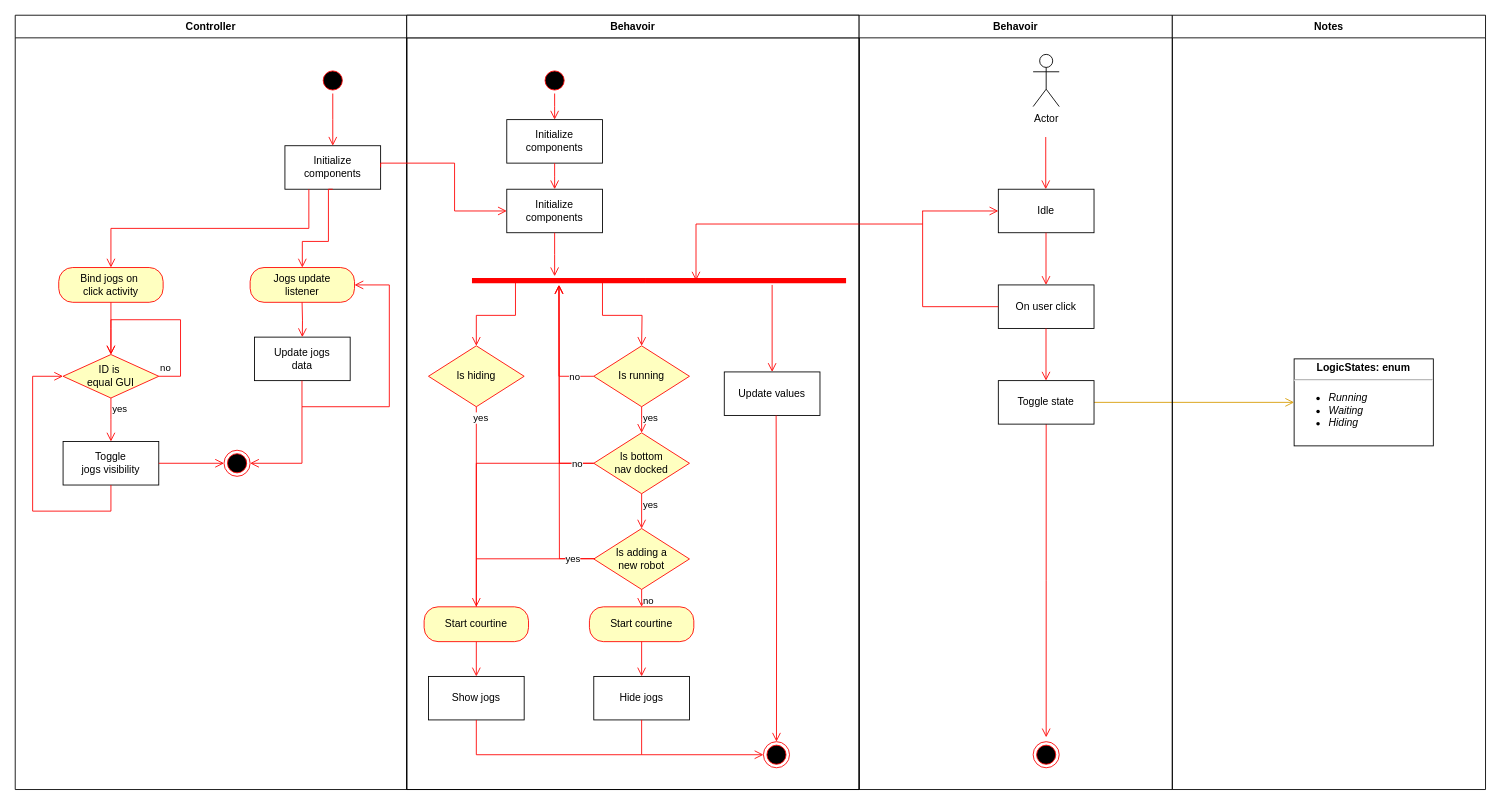
xalpol12/kuka-ar keeps this draw.io diagram as documentation/UI/Components/Menu/Jogs.drawio. Above is the earlier version. Source tidied: cells renumbered, new cells numbered last; positions are measured from the earlier drawing's top-left corner, leaving out a move shared by most shapes. Both pictures are drawn from the tidied source at 87%, with x=0, y=0 at pixel (15, 15).
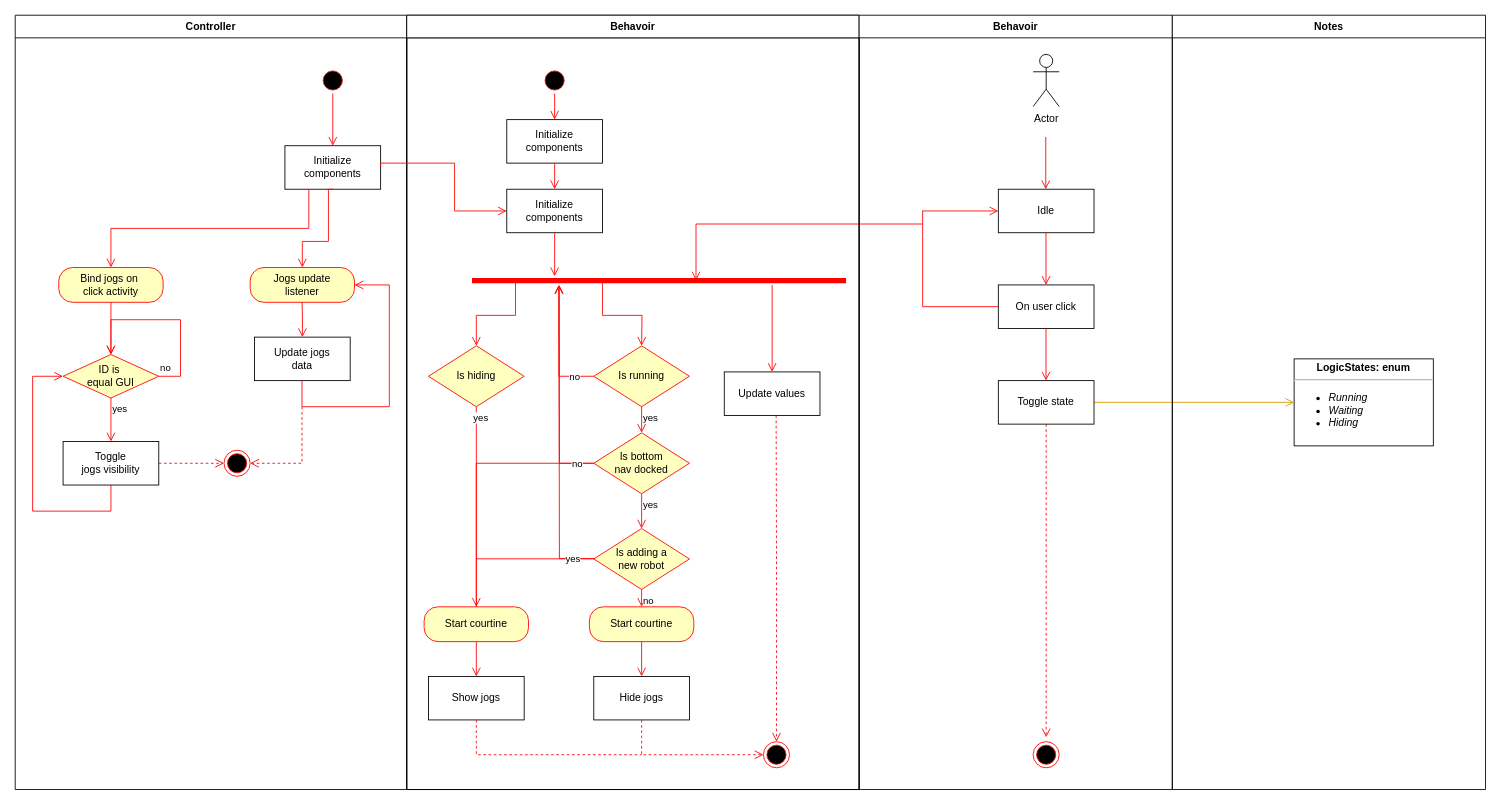
The same diagram, later.

Unchanged cells that the change refers to:
```xml
<mxCell id="4" style="ellipse;html=1;shape=endState;fillColor=#000000;strokeColor=#ff0000;" parent="1" vertex="1">
  <mxGeometry x="860" y="835" width="30" height="30" as="geometry" />
</mxCell>
<mxCell id="12" value="Toggle&lt;br&gt;jogs visibility" style="html=1;whiteSpace=wrap;" parent="1" vertex="1">
  <mxGeometry x="55" y="490" width="110" height="50" as="geometry" />
</mxCell>
<mxCell id="27" value="Hide jogs" style="html=1;whiteSpace=wrap;" parent="1" vertex="1">
  <mxGeometry x="665" y="760" width="110" height="50" as="geometry" />
</mxCell>
<mxCell id="33" value="Show jogs" style="html=1;whiteSpace=wrap;" parent="1" vertex="1">
  <mxGeometry x="475" y="760" width="110" height="50" as="geometry" />
</mxCell>
<mxCell id="50" style="ellipse;html=1;shape=endState;fillColor=#000000;strokeColor=#ff0000;" parent="1" vertex="1">
  <mxGeometry x="240" y="500" width="30" height="30" as="geometry" />
</mxCell>
<mxCell id="66" value="Toggle state" style="html=1;whiteSpace=wrap;" parent="1" vertex="1">
  <mxGeometry x="1130" y="420" width="110" height="50" as="geometry" />
</mxCell>
```

Diff of the diagram source:
```diff
@@
-    <mxCell id="47" style="edgeStyle=orthogonalEdgeStyle;html=1;verticalAlign=bottom;endArrow=open;endSize=8;strokeColor=#ff0000;rounded=0;entryX=0.5;entryY=0;entryDx=0;entryDy=0;" parent="1" edge="1" target="4">
+    <mxCell id="47" style="edgeStyle=orthogonalEdgeStyle;html=1;verticalAlign=bottom;endArrow=open;endSize=8;strokeColor=#ff0000;rounded=0;entryX=0.5;entryY=0;entryDx=0;entryDy=0;dashed=1;" parent="1" edge="1" target="4">
       <mxGeometry relative="1" as="geometry">
         <mxPoint x="874.6" y="460" as="sourcePoint" />
       </mxGeometry>
     </mxCell>
-    <mxCell id="48" style="edgeStyle=orthogonalEdgeStyle;html=1;verticalAlign=bottom;endArrow=open;endSize=8;strokeColor=#ff0000;rounded=0;exitX=0.5;exitY=1;exitDx=0;exitDy=0;entryX=0;entryY=0.5;entryDx=0;entryDy=0;" parent="1" edge="1" source="27" target="4">
+    <mxCell id="48" style="edgeStyle=orthogonalEdgeStyle;html=1;verticalAlign=bottom;endArrow=open;endSize=8;strokeColor=#ff0000;rounded=0;exitX=0.5;exitY=1;exitDx=0;exitDy=0;entryX=0;entryY=0.5;entryDx=0;entryDy=0;dashed=1;" parent="1" edge="1" source="27" target="4">
       <mxGeometry relative="1" as="geometry">
         <Array as="points">
           <mxPoint x="720" y="850" />
         </Array>
       </mxGeometry>
     </mxCell>
-    <mxCell id="49" style="edgeStyle=orthogonalEdgeStyle;html=1;verticalAlign=bottom;endArrow=none;endSize=8;strokeColor=#ff0000;rounded=0;exitX=0.5;exitY=1;exitDx=0;exitDy=0;endFill=0;" parent="1" edge="1" source="33">
+    <mxCell id="49" style="edgeStyle=orthogonalEdgeStyle;html=1;verticalAlign=bottom;endArrow=none;endSize=8;strokeColor=#ff0000;rounded=0;exitX=0.5;exitY=1;exitDx=0;exitDy=0;endFill=0;dashed=1;" parent="1" edge="1" source="33">
       <mxGeometry relative="1" as="geometry">
         <mxPoint x="720" y="850" as="targetPoint" />
         <Array as="points">
           <mxPoint x="530" y="850" />
         </Array>
       </mxGeometry>
     </mxCell>
@@
-    <mxCell id="51" style="edgeStyle=orthogonalEdgeStyle;html=1;align=left;verticalAlign=top;endArrow=open;endSize=8;strokeColor=#ff0000;rounded=0;exitX=1;exitY=0.5;exitDx=0;exitDy=0;entryX=0;entryY=0.5;entryDx=0;entryDy=0;" parent="1" edge="1" source="12" target="50">
+    <mxCell id="51" style="edgeStyle=orthogonalEdgeStyle;html=1;align=left;verticalAlign=top;endArrow=open;endSize=8;strokeColor=#ff0000;rounded=0;exitX=1;exitY=0.5;exitDx=0;exitDy=0;entryX=0;entryY=0.5;entryDx=0;entryDy=0;dashed=1;" parent="1" edge="1" source="12" target="50">
       <mxGeometry x="-1" relative="1" as="geometry" />
     </mxCell>
-    <mxCell id="52" style="edgeStyle=orthogonalEdgeStyle;html=1;align=left;verticalAlign=top;endArrow=open;endSize=8;strokeColor=#ff0000;rounded=0;entryX=1;entryY=0.5;entryDx=0;entryDy=0;" parent="1" edge="1" target="50">
+    <mxCell id="52" style="edgeStyle=orthogonalEdgeStyle;html=1;align=left;verticalAlign=top;endArrow=open;endSize=8;strokeColor=#ff0000;rounded=0;entryX=1;entryY=0.5;entryDx=0;entryDy=0;dashed=1;" parent="1" edge="1" target="50">
       <mxGeometry x="-1" relative="1" as="geometry">
         <mxPoint x="329.6" y="450" as="sourcePoint" />
         <Array as="points">
           <mxPoint x="330" y="515" />
         </Array>
       </mxGeometry>
     </mxCell>
@@
-    <mxCell id="64" style="edgeStyle=orthogonalEdgeStyle;html=1;verticalAlign=bottom;endArrow=open;endSize=8;strokeColor=#ff0000;rounded=0;" parent="1" edge="1" source="66">
+    <mxCell id="64" style="edgeStyle=orthogonalEdgeStyle;html=1;verticalAlign=bottom;endArrow=open;endSize=8;strokeColor=#ff0000;rounded=0;dashed=1;" parent="1" edge="1" source="66">
       <mxGeometry relative="1" as="geometry">
         <mxPoint x="1185" y="830" as="targetPoint" />
       </mxGeometry>
     </mxCell>
```
